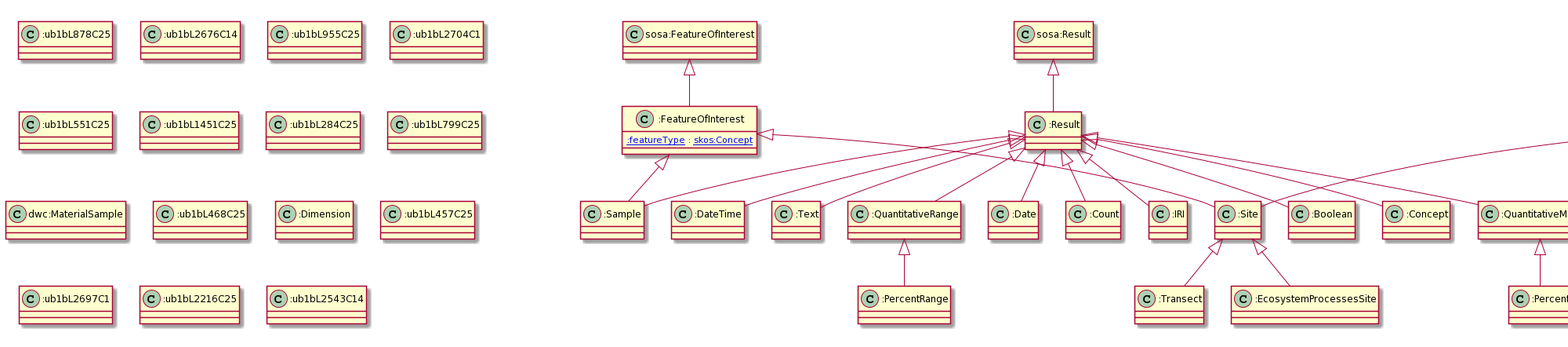
The PlantUML diagram docs/tern.ttl.txt.png in ternaustralia/ontology_tern, before a commit.
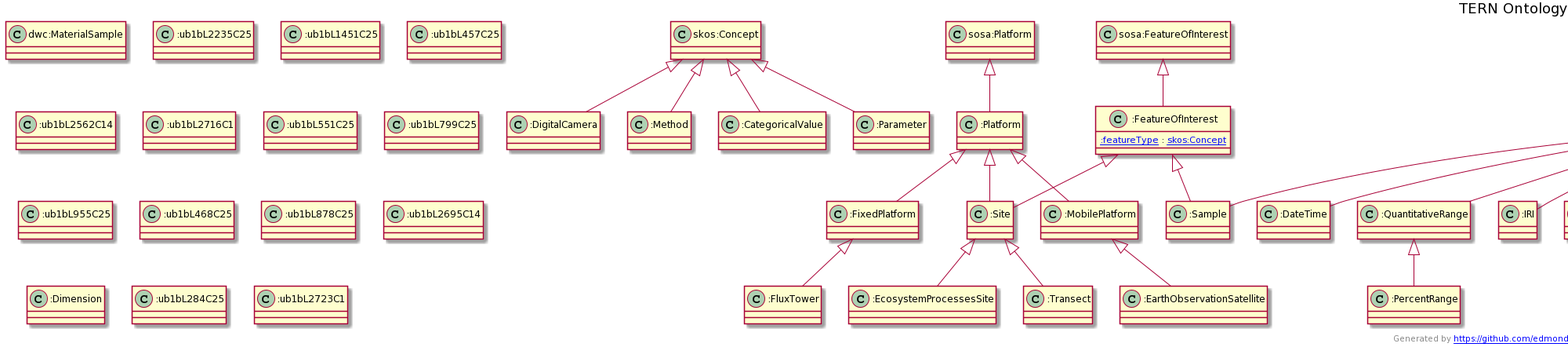
After the change.

What changed in the source:
```diff
@@ -1,150 +1,154 @@
 @startuml
 title TERN Ontology
+"skos:Concept" <|-- ":DigitalCamera"
+":Result" <|-- ":IRI"
+"ssn:Property" <|-- ":Attribute"
+":Result" <|-- ":DateTime"
+":Platform" <|-- ":FixedPlatform"
+"sosa:Procedure" <|-- ":Procedure"
+"sosa:Observation" <|-- ":Observation"
+"prov:Activity" <|-- ":Observation"
+"ssn:Input" <|-- ":Input"
+":Result" <|-- ":QuantitativeMeasure"
 "sosa:FeatureOfInterest" <|-- ":FeatureOfInterest"
-":Result" <|-- ":Boolean"
-":QuantitativeMeasure" <|-- ":Percent"
-":Platform" <|-- ":MobilePlatform"
+"skos:Concept" <|-- ":Method"
+"skos:Concept" <|-- ":CategoricalValue"
+"sosa:Sensor" <|-- ":Sensor"
+":Instrument" <|-- ":Sensor"
+"prov:Activity" <|-- ":Sampling"
+"sosa:Sampling" <|-- ":Sampling"
+"prov:Activity" <|-- ":SiteVisit"
+":Result" <|-- ":QuantitativeRange"
+":Result" <|-- ":Count"
+":FixedPlatform" <|-- ":FluxTower"
+"sosa:ObservableProperty" <|-- ":ObservableProperty"
+":Site" <|-- ":EcosystemProcessesSite"
+"sosa:Sampler" <|-- ":Sampler"
+":Instrument" <|-- ":Sampler"
+":MobilePlatform" <|-- ":EarthObservationSatellite"
+"time:Instant" <|-- ":Instant"
+":QuantitativeRange" <|-- ":PercentRange"
+"sosa:Platform" <|-- ":Platform"
+"skos:Concept" <|-- ":Parameter"
 ":FeatureOfInterest" <|-- ":Sample"
 ":Result" <|-- ":Sample"
-":Result" <|-- ":Date"
-"sosa:Sensor" <|-- ":Sensor"
-":Instrument" <|-- ":Sensor"
-":QuantitativeRange" <|-- ":PercentRange"
-"sosa:Procedure" <|-- ":Procedure"
-":MobilePlatform" <|-- ":EarthObservationSatellite"
 ":Result" <|-- ":Text"
-"sosa:Result" <|-- ":Result"
-":Result" <|-- ":QuantitativeRange"
-"skos:Concept" <|-- ":Method"
-"ssn:System" <|-- ":Instrument"
+":Result" <|-- ":Concept"
+":Site" <|-- ":Transect"
 ":FeatureOfInterest" <|-- ":Site"
 ":Platform" <|-- ":Site"
-":FixedPlatform" <|-- ":FluxTower"
-":Result" <|-- ":DateTime"
-"skos:Concept" <|-- ":Parameter"
-"ssn:Input" <|-- ":Input"
-":Site" <|-- ":Transect"
-"prov:Activity" <|-- ":SiteVisit"
-":Result" <|-- ":Count"
-"sosa:ObservableProperty" <|-- ":ObservableProperty"
-"sosa:Sampling" <|-- ":Sampling"
-"prov:Activity" <|-- ":Sampling"
-"time:Instant" <|-- ":Instant"
-":Result" <|-- ":Concept"
-":Platform" <|-- ":FixedPlatform"
-":Result" <|-- ":QuantitativeMeasure"
-":Site" <|-- ":EcosystemProcessesSite"
-"skos:Concept" <|-- ":DigitalCamera"
-"ssn:Property" <|-- ":Attribute"
-"sosa:Observation" <|-- ":Observation"
-"prov:Activity" <|-- ":Observation"
-":Result" <|-- ":IRI"
-"skos:Concept" <|-- ":CategoricalValue"
-"sosa:Platform" <|-- ":Platform"
+"ssn:System" <|-- ":Instrument"
+":Platform" <|-- ":MobilePlatform"
+":QuantitativeMeasure" <|-- ":Percent"
+":Result" <|-- ":Boolean"
+"sosa:Result" <|-- ":Result"
+":Result" <|-- ":Date"
+Class ":DigitalCamera" [[https://w3id.org/tern/ontologies/tern/DigitalCamera]] {
+}
+Class "dwc:MaterialSample" [[http://rs.tdwg.org/dwc/terms/MaterialSample]] {
+}
+Class ":ub1bL2235C25" [[ub1bL2235C25]] {
+}
+Class ":IRI" [[https://w3id.org/tern/ontologies/tern/IRI]] {
+}
+Class ":ub1bL1451C25" [[ub1bL1451C25]] {
+}
+Class ":ub1bL457C25" [[ub1bL457C25]] {
+}
+Class ":ub1bL2562C14" [[ub1bL2562C14]] {
+}
+Class ":Attribute" [[https://w3id.org/tern/ontologies/tern/Attribute]] {
+}
+Class ":ub1bL2716C1" [[ub1bL2716C1]] {
+}
+Class ":DateTime" [[https://w3id.org/tern/ontologies/tern/DateTime]] {
+}
+Class ":FixedPlatform" [[https://w3id.org/tern/ontologies/tern/FixedPlatform]] {
+}
+Class ":Procedure" [[https://w3id.org/tern/ontologies/tern/Procedure]] {
+}
+Class ":Observation" [[https://w3id.org/tern/ontologies/tern/Observation]] {
+}
+Class ":Input" [[https://w3id.org/tern/ontologies/tern/Input]] {
+}
+Class ":QuantitativeMeasure" [[https://w3id.org/tern/ontologies/tern/QuantitativeMeasure]] {
+}
 Class ":FeatureOfInterest" [[https://w3id.org/tern/ontologies/tern/FeatureOfInterest]] {
 [[https://w3id.org/tern/ontologies/tern/featureType :featureType]] : [[http://www.w3.org/2004/02/skos/core#Concept skos:Concept]]
 }
+Class ":Method" [[https://w3id.org/tern/ontologies/tern/Method]] {
+}
+Class ":CategoricalValue" [[https://w3id.org/tern/ontologies/tern/CategoricalValue]] {
+}
+Class ":ub1bL551C25" [[ub1bL551C25]] {
+}
+Class ":Sensor" [[https://w3id.org/tern/ontologies/tern/Sensor]] {
+}
+Class ":Sampling" [[https://w3id.org/tern/ontologies/tern/Sampling]] {
+}
+Class ":ub1bL799C25" [[ub1bL799C25]] {
+}
+Class ":ub1bL955C25" [[ub1bL955C25]] {
+}
+Class ":SiteVisit" [[https://w3id.org/tern/ontologies/tern/SiteVisit]] {
+}
+Class ":QuantitativeRange" [[https://w3id.org/tern/ontologies/tern/QuantitativeRange]] {
+}
+Class ":Count" [[https://w3id.org/tern/ontologies/tern/Count]] {
+}
+Class ":FluxTower" [[https://w3id.org/tern/ontologies/tern/FluxTower]] {
+}
+Class ":ObservableProperty" [[https://w3id.org/tern/ontologies/tern/ObservableProperty]] {
+}
+Class ":EcosystemProcessesSite" [[https://w3id.org/tern/ontologies/tern/EcosystemProcessesSite]] {
+}
+Class ":Sampler" [[https://w3id.org/tern/ontologies/tern/Sampler]] {
+}
+Class ":EarthObservationSatellite" [[https://w3id.org/tern/ontologies/tern/EarthObservationSatellite]] {
+}
+Class ":Instant" [[https://w3id.org/tern/ontologies/tern/Instant]] {
+}
+Class ":PercentRange" [[https://w3id.org/tern/ontologies/tern/PercentRange]] {
+}
+Class ":Platform" [[https://w3id.org/tern/ontologies/tern/Platform]] {
+}
+Class ":Parameter" [[https://w3id.org/tern/ontologies/tern/Parameter]] {
+}
+Class ":ub1bL468C25" [[ub1bL468C25]] {
+}
+Class ":Sample" [[https://w3id.org/tern/ontologies/tern/Sample]] {
+}
+Class ":Text" [[https://w3id.org/tern/ontologies/tern/Text]] {
+}
+Class ":Concept" [[https://w3id.org/tern/ontologies/tern/Concept]] {
+}
 Class ":ub1bL878C25" [[ub1bL878C25]] {
+}
+Class ":Transect" [[https://w3id.org/tern/ontologies/tern/Transect]] {
+}
+Class ":Concept" [[http://linked.data.gov.au/def/datatype/Concept]] {
+}
+Class ":Site" [[https://w3id.org/tern/ontologies/tern/Site]] {
+}
+Class ":Instrument" [[https://w3id.org/tern/ontologies/tern/Instrument]] {
+}
+Class ":MobilePlatform" [[https://w3id.org/tern/ontologies/tern/MobilePlatform]] {
+}
+Class ":Percent" [[https://w3id.org/tern/ontologies/tern/Percent]] {
+}
+Class ":ub1bL2695C14" [[ub1bL2695C14]] {
+}
+Class ":Dimension" [[https://w3id.org/tern/ontologies/tern/Dimension]] {
+}
+Class ":ub1bL284C25" [[ub1bL284C25]] {
 }
 Class ":Boolean" [[https://w3id.org/tern/ontologies/tern/Boolean]] {
 }
-Class ":Percent" [[https://w3id.org/tern/ontologies/tern/Percent]] {
+Class ":ub1bL2723C1" [[ub1bL2723C1]] {
 }
-Class ":MobilePlatform" [[https://w3id.org/tern/ontologies/tern/MobilePlatform]] {
-}
-Class ":Sample" [[https://w3id.org/tern/ontologies/tern/Sample]] {
+Class ":Result" [[https://w3id.org/tern/ontologies/tern/Result]] {
 }
 Class ":Date" [[https://w3id.org/tern/ontologies/tern/Date]] {
 }
-Class ":ub1bL2676C14" [[ub1bL2676C14]] {
-}
-Class ":ub1bL955C25" [[ub1bL955C25]] {
-}
-Class ":ub1bL2704C1" [[ub1bL2704C1]] {
-}
-Class ":Sensor" [[https://w3id.org/tern/ontologies/tern/Sensor]] {
-}
-Class ":ub1bL551C25" [[ub1bL551C25]] {
-}
-Class ":PercentRange" [[https://w3id.org/tern/ontologies/tern/PercentRange]] {
-}
-Class ":ub1bL1451C25" [[ub1bL1451C25]] {
-}
-Class ":Procedure" [[https://w3id.org/tern/ontologies/tern/Procedure]] {
-}
-Class ":ub1bL284C25" [[ub1bL284C25]] {
-}
-Class ":EarthObservationSatellite" [[https://w3id.org/tern/ontologies/tern/EarthObservationSatellite]] {
-}
-Class ":ub1bL799C25" [[ub1bL799C25]] {
-}
-Class ":Text" [[https://w3id.org/tern/ontologies/tern/Text]] {
-}
-Class ":Result" [[https://w3id.org/tern/ontologies/tern/Result]] {
-}
-Class ":QuantitativeRange" [[https://w3id.org/tern/ontologies/tern/QuantitativeRange]] {
-}
-Class "dwc:MaterialSample" [[http://rs.tdwg.org/dwc/terms/MaterialSample]] {
-}
-Class ":ub1bL468C25" [[ub1bL468C25]] {
-}
-Class ":Method" [[https://w3id.org/tern/ontologies/tern/Method]] {
-}
-Class ":Instrument" [[https://w3id.org/tern/ontologies/tern/Instrument]] {
-}
-Class ":Dimension" [[https://w3id.org/tern/ontologies/tern/Dimension]] {
-}
-Class ":Site" [[https://w3id.org/tern/ontologies/tern/Site]] {
-}
-Class ":FluxTower" [[https://w3id.org/tern/ontologies/tern/FluxTower]] {
-}
-Class ":DateTime" [[https://w3id.org/tern/ontologies/tern/DateTime]] {
-}
-Class ":Parameter" [[https://w3id.org/tern/ontologies/tern/Parameter]] {
-}
-Class ":Input" [[https://w3id.org/tern/ontologies/tern/Input]] {
-}
-Class ":Transect" [[https://w3id.org/tern/ontologies/tern/Transect]] {
-}
-Class ":ub1bL457C25" [[ub1bL457C25]] {
-}
-Class ":SiteVisit" [[https://w3id.org/tern/ontologies/tern/SiteVisit]] {
-}
-Class ":Count" [[https://w3id.org/tern/ontologies/tern/Count]] {
-}
-Class ":ObservableProperty" [[https://w3id.org/tern/ontologies/tern/ObservableProperty]] {
-}
-Class ":Sampling" [[https://w3id.org/tern/ontologies/tern/Sampling]] {
-}
-Class ":Instant" [[https://w3id.org/tern/ontologies/tern/Instant]] {
-}
-Class ":ub1bL2697C1" [[ub1bL2697C1]] {
-}
-Class ":Concept" [[https://w3id.org/tern/ontologies/tern/Concept]] {
-}
-Class ":FixedPlatform" [[https://w3id.org/tern/ontologies/tern/FixedPlatform]] {
-}
-Class ":QuantitativeMeasure" [[https://w3id.org/tern/ontologies/tern/QuantitativeMeasure]] {
-}
-Class ":EcosystemProcessesSite" [[https://w3id.org/tern/ontologies/tern/EcosystemProcessesSite]] {
-}
-Class ":ub1bL2216C25" [[ub1bL2216C25]] {
-}
-Class ":DigitalCamera" [[https://w3id.org/tern/ontologies/tern/DigitalCamera]] {
-}
-Class ":Attribute" [[https://w3id.org/tern/ontologies/tern/Attribute]] {
-}
-Class ":Concept" [[http://linked.data.gov.au/def/datatype/Concept]] {
-}
-Class ":Observation" [[https://w3id.org/tern/ontologies/tern/Observation]] {
-}
-Class ":ub1bL2543C14" [[ub1bL2543C14]] {
-}
-Class ":IRI" [[https://w3id.org/tern/ontologies/tern/IRI]] {
-}
-Class ":CategoricalValue" [[https://w3id.org/tern/ontologies/tern/CategoricalValue]] {
-}
-Class ":Platform" [[https://w3id.org/tern/ontologies/tern/Platform]] {
-}
 center footer Generated by [[https://github.com/edmondchuc/ontogram https://github.com/edmondchuc/ontogram]]
 @enduml
```
